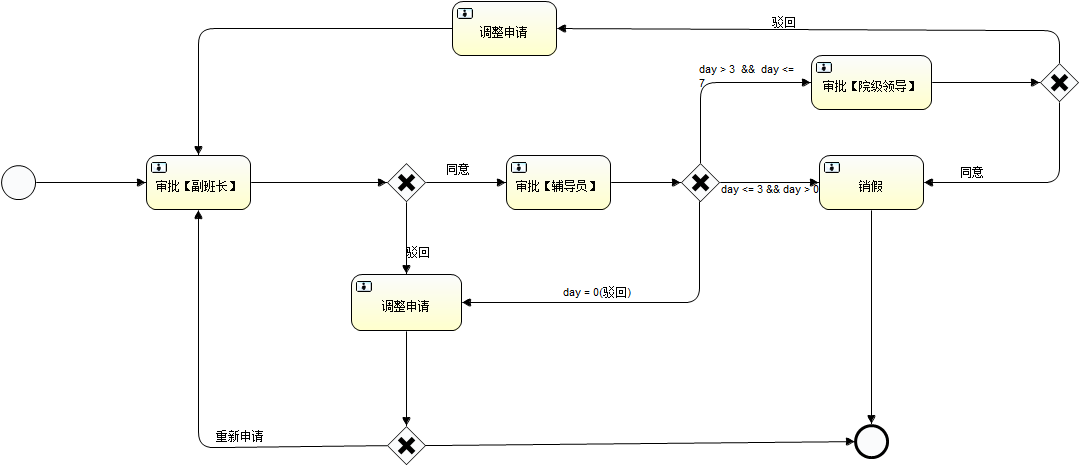
cardinals/jeecg_new-1 keeps this BPMN diagram as jeecg/src/main/resources/deployments/leave_2.png. Above is the earlier version. Its source is kept beside it as jeecg/src/main/resources/deployments/leave_2.bpmn. Ids are renumbered.
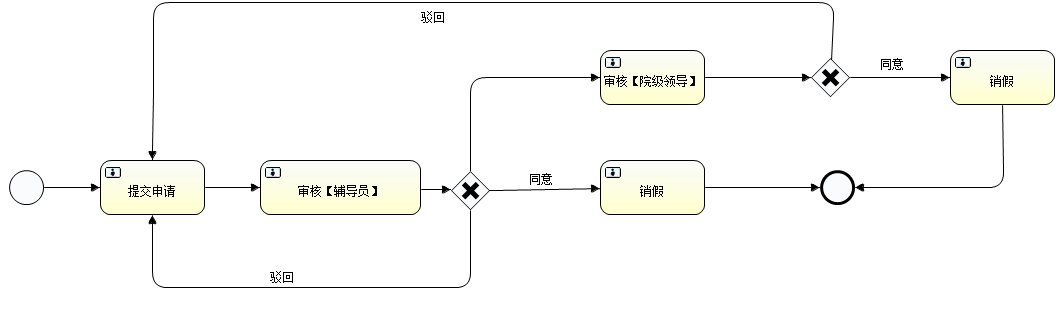
The same diagram one commit later.

Change to the diagram source:
```diff
@@ -1,165 +1,117 @@
 <definitions xmlns="http://www.omg.org/spec/BPMN/20100524/MODEL" xmlns:xsi="http://www.w3.org/2001/XMLSchema-instance" xmlns:xsd="http://www.w3.org/2001/XMLSchema" xmlns:activiti="http://activiti.org/bpmn" xmlns:bpmndi="http://www.omg.org/spec/BPMN/20100524/DI" xmlns:omgdc="http://www.omg.org/spec/DD/20100524/DC" xmlns:omgdi="http://www.omg.org/spec/DD/20100524/DI" typeLanguage="http://www.w3.org/2001/XMLSchema" expressionLanguage="http://www.w3.org/1999/XPath" targetNamespace="http://www.activiti.org/test">
   <process id="leave_2" name="请假流程2" isExecutable="true">
-    <startEvent id="startevent1" name="Start"></startEvent>
-    <userTask id="usertask1" name="审批【副班长】" activiti:assignee="蓝伟雄"></userTask>
-    <exclusiveGateway id="exclusivegateway1" name="Exclusive Gateway"></exclusiveGateway>
-    <userTask id="usertask2" name="审批【辅导员】" activiti:assignee="杨"></userTask>
-    <exclusiveGateway id="exclusivegateway2" name="Exclusive Gateway"></exclusiveGateway>
+    <startEvent id="startevent1" name="Start" activiti:initiator="applyUserId"></startEvent>
+    <userTask id="usertask13" name="审核【辅导员】" activiti:assignee="${fmsLdapServiceImple.findInstructByUserId(applyUserId)}"></userTask>
+    <exclusiveGateway id="exclusivegateway4" name="Exclusive Gateway"></exclusiveGateway>
+    <sequenceFlow id="flow32" sourceRef="usertask13" targetRef="exclusivegateway4"></sequenceFlow>
+    <userTask id="usertask14" name="审核【院级领导】" activiti:assignee="${fmsLdapServiceImple.findInstitudeById(applyUserId)}"></userTask>
+    <userTask id="usertask15" name="销假" activiti:assignee="${fmsLdapServiceImple.findInstructByUserId(applyUserId)}"></userTask>
+    <sequenceFlow id="flow33" sourceRef="exclusivegateway4" targetRef="usertask14" skipExpression="${flag&gt;3 &amp;&amp; flag&lt;=7}"></sequenceFlow>
+    <sequenceFlow id="flow34" name="同意" sourceRef="exclusivegateway4" targetRef="usertask15" skipExpression="${flag&gt;0 &amp;&amp; flag&lt;=3}"></sequenceFlow>
     <endEvent id="endevent1" name="End"></endEvent>
-    <exclusiveGateway id="exclusivegateway3" name="Exclusive Gateway"></exclusiveGateway>
-    <sequenceFlow id="flow2" sourceRef="usertask1" targetRef="exclusivegateway1"></sequenceFlow>
-    <sequenceFlow id="flow3" name="同意" sourceRef="exclusivegateway1" targetRef="usertask2" skipExpression="${flag==1}"></sequenceFlow>
-    <userTask id="usertask5" name="审批【院级领导】"></userTask>
-    <sequenceFlow id="flow15" sourceRef="startevent1" targetRef="usertask1"></sequenceFlow>
-    <userTask id="usertask7" name="调整申请"></userTask>
-    <sequenceFlow id="flow16" name="驳回" sourceRef="exclusivegateway1" targetRef="usertask7" skipExpression="${flag == 0}"></sequenceFlow>
-    <sequenceFlow id="flow17" sourceRef="usertask7" targetRef="exclusivegateway3"></sequenceFlow>
-    <sequenceFlow id="flow19" name="重新申请" sourceRef="exclusivegateway3" targetRef="usertask1"></sequenceFlow>
-    <exclusiveGateway id="exclusivegateway4" name="Exclusive Gateway"></exclusiveGateway>
-    <sequenceFlow id="flow20" sourceRef="usertask2" targetRef="exclusivegateway2"></sequenceFlow>
-    <sequenceFlow id="flow21" name="day &gt; 3  &amp;&amp;  day &lt;= 7" sourceRef="exclusivegateway2" targetRef="usertask5" skipExpression="${flag &gt; 3 &amp;&amp; flag &lt;= 7}"></sequenceFlow>
-    <userTask id="usertask11" name="销假"></userTask>
-    <sequenceFlow id="flow24" name="day &lt;= 3 &amp;&amp; day &gt; 0 " sourceRef="exclusivegateway2" targetRef="usertask11" skipExpression="${flag &lt;=3  &amp;&amp; flag &gt; 0}"></sequenceFlow>
-    <sequenceFlow id="flow25" name="day = 0(驳回)" sourceRef="exclusivegateway2" targetRef="usertask7" skipExpression="${flag == 0}"></sequenceFlow>
-    <sequenceFlow id="flow26" sourceRef="usertask11" targetRef="endevent1"></sequenceFlow>
-    <sequenceFlow id="flow27" sourceRef="exclusivegateway3" targetRef="endevent1"></sequenceFlow>
-    <sequenceFlow id="flow28" sourceRef="usertask5" targetRef="exclusivegateway4"></sequenceFlow>
-    <sequenceFlow id="flow29" name="同意" sourceRef="exclusivegateway4" targetRef="usertask11" skipExpression="${flag == 1}"></sequenceFlow>
-    <userTask id="usertask12" name="调整申请"></userTask>
-    <sequenceFlow id="flow30" name="驳回" sourceRef="exclusivegateway4" targetRef="usertask12" skipExpression="${flag == 0}"></sequenceFlow>
-    <sequenceFlow id="flow31" sourceRef="usertask12" targetRef="usertask1"></sequenceFlow>
+    <sequenceFlow id="flow35" sourceRef="usertask15" targetRef="endevent1"></sequenceFlow>
+    <exclusiveGateway id="exclusivegateway5" name="Exclusive Gateway"></exclusiveGateway>
+    <sequenceFlow id="flow37" sourceRef="usertask14" targetRef="exclusivegateway5"></sequenceFlow>
+    <userTask id="usertask16" name="销假" activiti:assignee="${fmsLdapServiceImple.findInstitudeById(applyUserId)}"></userTask>
+    <sequenceFlow id="flow38" name="同意" sourceRef="exclusivegateway5" targetRef="usertask16" skipExpression="${flag==1}"></sequenceFlow>
+    <sequenceFlow id="flow40" sourceRef="usertask16" targetRef="endevent1"></sequenceFlow>
+    <userTask id="usertask17" name="提交申请" activiti:assignee="${applyUserId}"></userTask>
+    <sequenceFlow id="flow41" sourceRef="startevent1" targetRef="usertask17"></sequenceFlow>
+    <sequenceFlow id="flow42" sourceRef="usertask17" targetRef="usertask13"></sequenceFlow>
+    <sequenceFlow id="flow43" name="驳回" sourceRef="exclusivegateway5" targetRef="usertask17" skipExpression="${flag==0}"></sequenceFlow>
+    <sequenceFlow id="flow44" name="驳回" sourceRef="exclusivegateway4" targetRef="usertask17" skipExpression="${flag==0}"></sequenceFlow>
   </process>
   <bpmndi:BPMNDiagram id="BPMNDiagram_leave_2">
     <bpmndi:BPMNPlane bpmnElement="leave_2" id="BPMNPlane_leave_2">
       <bpmndi:BPMNShape bpmnElement="startevent1" id="BPMNShape_startevent1">
-        <omgdc:Bounds height="35.0" width="35.0" x="1.0" y="165.0"></omgdc:Bounds>
+        <omgdc:Bounds height="35.0" width="35.0" x="9.0" y="170.0"></omgdc:Bounds>
       </bpmndi:BPMNShape>
-      <bpmndi:BPMNShape bpmnElement="usertask1" id="BPMNShape_usertask1">
-        <omgdc:Bounds height="55.0" width="105.0" x="146.0" y="155.0"></omgdc:Bounds>
+      <bpmndi:BPMNShape bpmnElement="usertask13" id="BPMNShape_usertask13">
+        <omgdc:Bounds height="55.0" width="161.0" x="260.0" y="160.0"></omgdc:Bounds>
       </bpmndi:BPMNShape>
-      <bpmndi:BPMNShape bpmnElement="exclusivegateway1" id="BPMNShape_exclusivegateway1">
-        <omgdc:Bounds height="40.0" width="40.0" x="386.0" y="162.0"></omgdc:Bounds>
+      <bpmndi:BPMNShape bpmnElement="exclusivegateway4" id="BPMNShape_exclusivegateway4">
+        <omgdc:Bounds height="40.0" width="40.0" x="450.0" y="170.0"></omgdc:Bounds>
       </bpmndi:BPMNShape>
-      <bpmndi:BPMNShape bpmnElement="usertask2" id="BPMNShape_usertask2">
-        <omgdc:Bounds height="55.0" width="105.0" x="506.0" y="155.0"></omgdc:Bounds>
+      <bpmndi:BPMNShape bpmnElement="usertask14" id="BPMNShape_usertask14">
+        <omgdc:Bounds height="55.0" width="105.0" x="600.0" y="50.0"></omgdc:Bounds>
       </bpmndi:BPMNShape>
-      <bpmndi:BPMNShape bpmnElement="exclusivegateway2" id="BPMNShape_exclusivegateway2">
-        <omgdc:Bounds height="40.0" width="40.0" x="680.0" y="162.0"></omgdc:Bounds>
+      <bpmndi:BPMNShape bpmnElement="usertask15" id="BPMNShape_usertask15">
+        <omgdc:Bounds height="55.0" width="105.0" x="600.0" y="160.0"></omgdc:Bounds>
       </bpmndi:BPMNShape>
       <bpmndi:BPMNShape bpmnElement="endevent1" id="BPMNShape_endevent1">
-        <omgdc:Bounds height="35.0" width="35.0" x="854.0" y="424.0"></omgdc:Bounds>
+        <omgdc:Bounds height="35.0" width="35.0" x="820.0" y="170.0"></omgdc:Bounds>
       </bpmndi:BPMNShape>
-      <bpmndi:BPMNShape bpmnElement="exclusivegateway3" id="BPMNShape_exclusivegateway3">
-        <omgdc:Bounds height="40.0" width="40.0" x="386.0" y="425.0"></omgdc:Bounds>
+      <bpmndi:BPMNShape bpmnElement="exclusivegateway5" id="BPMNShape_exclusivegateway5">
+        <omgdc:Bounds height="40.0" width="40.0" x="810.0" y="57.0"></omgdc:Bounds>
       </bpmndi:BPMNShape>
-      <bpmndi:BPMNShape bpmnElement="usertask5" id="BPMNShape_usertask5">
-        <omgdc:Bounds height="55.0" width="121.0" x="811.0" y="55.0"></omgdc:Bounds>
+      <bpmndi:BPMNShape bpmnElement="usertask16" id="BPMNShape_usertask16">
+        <omgdc:Bounds height="55.0" width="105.0" x="950.0" y="50.0"></omgdc:Bounds>
       </bpmndi:BPMNShape>
-      <bpmndi:BPMNShape bpmnElement="usertask7" id="BPMNShape_usertask7">
-        <omgdc:Bounds height="57.0" width="111.0" x="351.0" y="274.0"></omgdc:Bounds>
+      <bpmndi:BPMNShape bpmnElement="usertask17" id="BPMNShape_usertask17">
+        <omgdc:Bounds height="55.0" width="105.0" x="100.0" y="160.0"></omgdc:Bounds>
       </bpmndi:BPMNShape>
-      <bpmndi:BPMNShape bpmnElement="exclusivegateway4" id="BPMNShape_exclusivegateway4">
-        <omgdc:Bounds height="40.0" width="40.0" x="1039.0" y="62.0"></omgdc:Bounds>
-      </bpmndi:BPMNShape>
-      <bpmndi:BPMNShape bpmnElement="usertask11" id="BPMNShape_usertask11">
-        <omgdc:Bounds height="55.0" width="105.0" x="819.0" y="155.0"></omgdc:Bounds>
-      </bpmndi:BPMNShape>
-      <bpmndi:BPMNShape bpmnElement="usertask12" id="BPMNShape_usertask12">
-        <omgdc:Bounds height="55.0" width="105.0" x="452.0" y="1.0"></omgdc:Bounds>
-      </bpmndi:BPMNShape>
-      <bpmndi:BPMNEdge bpmnElement="flow2" id="BPMNEdge_flow2">
-        <omgdi:waypoint x="251.0" y="182.0"></omgdi:waypoint>
-        <omgdi:waypoint x="386.0" y="182.0"></omgdi:waypoint>
+      <bpmndi:BPMNEdge bpmnElement="flow32" id="BPMNEdge_flow32">
+        <omgdi:waypoint x="421.0" y="187.0"></omgdi:waypoint>
+        <omgdi:waypoint x="450.0" y="190.0"></omgdi:waypoint>
       </bpmndi:BPMNEdge>
-      <bpmndi:BPMNEdge bpmnElement="flow3" id="BPMNEdge_flow3">
-        <omgdi:waypoint x="426.0" y="182.0"></omgdi:waypoint>
-        <omgdi:waypoint x="506.0" y="182.0"></omgdi:waypoint>
+      <bpmndi:BPMNEdge bpmnElement="flow33" id="BPMNEdge_flow33">
+        <omgdi:waypoint x="470.0" y="170.0"></omgdi:waypoint>
+        <omgdi:waypoint x="470.0" y="77.0"></omgdi:waypoint>
+        <omgdi:waypoint x="600.0" y="77.0"></omgdi:waypoint>
+      </bpmndi:BPMNEdge>
+      <bpmndi:BPMNEdge bpmnElement="flow34" id="BPMNEdge_flow34">
+        <omgdi:waypoint x="490.0" y="190.0"></omgdi:waypoint>
+        <omgdi:waypoint x="600.0" y="187.0"></omgdi:waypoint>
         <bpmndi:BPMNLabel>
-          <omgdc:Bounds height="14.0" width="24.0" x="445.0" y="162.0"></omgdc:Bounds>
+          <omgdc:Bounds height="14.0" width="24.0" x="529.0" y="173.0"></omgdc:Bounds>
         </bpmndi:BPMNLabel>
       </bpmndi:BPMNEdge>
-      <bpmndi:BPMNEdge bpmnElement="flow15" id="BPMNEdge_flow15">
-        <omgdi:waypoint x="36.0" y="182.0"></omgdi:waypoint>
-        <omgdi:waypoint x="146.0" y="182.0"></omgdi:waypoint>
+      <bpmndi:BPMNEdge bpmnElement="flow35" id="BPMNEdge_flow35">
+        <omgdi:waypoint x="705.0" y="187.0"></omgdi:waypoint>
+        <omgdi:waypoint x="820.0" y="187.0"></omgdi:waypoint>
       </bpmndi:BPMNEdge>
-      <bpmndi:BPMNEdge bpmnElement="flow16" id="BPMNEdge_flow16">
-        <omgdi:waypoint x="406.0" y="202.0"></omgdi:waypoint>
-        <omgdi:waypoint x="406.0" y="274.0"></omgdi:waypoint>
+      <bpmndi:BPMNEdge bpmnElement="flow37" id="BPMNEdge_flow37">
+        <omgdi:waypoint x="705.0" y="77.0"></omgdi:waypoint>
+        <omgdi:waypoint x="810.0" y="77.0"></omgdi:waypoint>
+      </bpmndi:BPMNEdge>
+      <bpmndi:BPMNEdge bpmnElement="flow38" id="BPMNEdge_flow38">
+        <omgdi:waypoint x="850.0" y="77.0"></omgdi:waypoint>
+        <omgdi:waypoint x="950.0" y="77.0"></omgdi:waypoint>
         <bpmndi:BPMNLabel>
-          <omgdc:Bounds height="14.0" width="24.0" x="406.0" y="244.0"></omgdc:Bounds>
+          <omgdc:Bounds height="14.0" width="24.0" x="879.0" y="57.0"></omgdc:Bounds>
         </bpmndi:BPMNLabel>
       </bpmndi:BPMNEdge>
-      <bpmndi:BPMNEdge bpmnElement="flow17" id="BPMNEdge_flow17">
-        <omgdi:waypoint x="406.0" y="331.0"></omgdi:waypoint>
-        <omgdi:waypoint x="406.0" y="425.0"></omgdi:waypoint>
+      <bpmndi:BPMNEdge bpmnElement="flow40" id="BPMNEdge_flow40">
+        <omgdi:waypoint x="1002.0" y="105.0"></omgdi:waypoint>
+        <omgdi:waypoint x="1003.0" y="187.0"></omgdi:waypoint>
+        <omgdi:waypoint x="855.0" y="187.0"></omgdi:waypoint>
       </bpmndi:BPMNEdge>
-      <bpmndi:BPMNEdge bpmnElement="flow19" id="BPMNEdge_flow19">
-        <omgdi:waypoint x="386.0" y="445.0"></omgdi:waypoint>
-        <omgdi:waypoint x="198.0" y="447.0"></omgdi:waypoint>
-        <omgdi:waypoint x="198.0" y="210.0"></omgdi:waypoint>
+      <bpmndi:BPMNEdge bpmnElement="flow41" id="BPMNEdge_flow41">
+        <omgdi:waypoint x="44.0" y="187.0"></omgdi:waypoint>
+        <omgdi:waypoint x="100.0" y="187.0"></omgdi:waypoint>
+      </bpmndi:BPMNEdge>
+      <bpmndi:BPMNEdge bpmnElement="flow42" id="BPMNEdge_flow42">
+        <omgdi:waypoint x="205.0" y="187.0"></omgdi:waypoint>
+        <omgdi:waypoint x="260.0" y="187.0"></omgdi:waypoint>
+      </bpmndi:BPMNEdge>
+      <bpmndi:BPMNEdge bpmnElement="flow43" id="BPMNEdge_flow43">
+        <omgdi:waypoint x="830.0" y="57.0"></omgdi:waypoint>
+        <omgdi:waypoint x="834.0" y="2.0"></omgdi:waypoint>
+        <omgdi:waypoint x="153.0" y="2.0"></omgdi:waypoint>
+        <omgdi:waypoint x="153.0" y="76.0"></omgdi:waypoint>
+        <omgdi:waypoint x="152.0" y="160.0"></omgdi:waypoint>
         <bpmndi:BPMNLabel>
-          <omgdc:Bounds height="14.0" width="48.0" x="217.0" y="429.0"></omgdc:Bounds>
+          <omgdc:Bounds height="14.0" width="24.0" x="420.0" y="11.0"></omgdc:Bounds>
         </bpmndi:BPMNLabel>
       </bpmndi:BPMNEdge>
-      <bpmndi:BPMNEdge bpmnElement="flow20" id="BPMNEdge_flow20">
-        <omgdi:waypoint x="611.0" y="182.0"></omgdi:waypoint>
-        <omgdi:waypoint x="680.0" y="182.0"></omgdi:waypoint>
-      </bpmndi:BPMNEdge>
-      <bpmndi:BPMNEdge bpmnElement="flow21" id="BPMNEdge_flow21">
-        <omgdi:waypoint x="700.0" y="162.0"></omgdi:waypoint>
-        <omgdi:waypoint x="700.0" y="82.0"></omgdi:waypoint>
-        <omgdi:waypoint x="811.0" y="82.0"></omgdi:waypoint>
+      <bpmndi:BPMNEdge bpmnElement="flow44" id="BPMNEdge_flow44">
+        <omgdi:waypoint x="470.0" y="210.0"></omgdi:waypoint>
+        <omgdi:waypoint x="470.0" y="287.0"></omgdi:waypoint>
+        <omgdi:waypoint x="152.0" y="287.0"></omgdi:waypoint>
+        <omgdi:waypoint x="152.0" y="215.0"></omgdi:waypoint>
         <bpmndi:BPMNLabel>
-          <omgdc:Bounds height="42.0" width="100.0" x="699.0" y="63.0"></omgdc:Bounds>
+          <omgdc:Bounds height="14.0" width="24.0" x="270.0" y="269.0"></omgdc:Bounds>
         </bpmndi:BPMNLabel>
-      </bpmndi:BPMNEdge>
-      <bpmndi:BPMNEdge bpmnElement="flow24" id="BPMNEdge_flow24">
-        <omgdi:waypoint x="720.0" y="182.0"></omgdi:waypoint>
-        <omgdi:waypoint x="819.0" y="182.0"></omgdi:waypoint>
-        <bpmndi:BPMNLabel>
-          <omgdc:Bounds height="42.0" width="100.0" x="720.0" y="182.0"></omgdc:Bounds>
-        </bpmndi:BPMNLabel>
-      </bpmndi:BPMNEdge>
-      <bpmndi:BPMNEdge bpmnElement="flow25" id="BPMNEdge_flow25">
-        <omgdi:waypoint x="700.0" y="202.0"></omgdi:waypoint>
-        <omgdi:waypoint x="699.0" y="302.0"></omgdi:waypoint>
-        <omgdi:waypoint x="462.0" y="302.0"></omgdi:waypoint>
-        <bpmndi:BPMNLabel>
-          <omgdc:Bounds height="14.0" width="68.0" x="564.0" y="284.0"></omgdc:Bounds>
-        </bpmndi:BPMNLabel>
-      </bpmndi:BPMNEdge>
-      <bpmndi:BPMNEdge bpmnElement="flow26" id="BPMNEdge_flow26">
-        <omgdi:waypoint x="871.0" y="210.0"></omgdi:waypoint>
-        <omgdi:waypoint x="871.0" y="424.0"></omgdi:waypoint>
-      </bpmndi:BPMNEdge>
-      <bpmndi:BPMNEdge bpmnElement="flow27" id="BPMNEdge_flow27">
-        <omgdi:waypoint x="426.0" y="445.0"></omgdi:waypoint>
-        <omgdi:waypoint x="854.0" y="441.0"></omgdi:waypoint>
-      </bpmndi:BPMNEdge>
-      <bpmndi:BPMNEdge bpmnElement="flow28" id="BPMNEdge_flow28">
-        <omgdi:waypoint x="932.0" y="82.0"></omgdi:waypoint>
-        <omgdi:waypoint x="1039.0" y="82.0"></omgdi:waypoint>
-      </bpmndi:BPMNEdge>
-      <bpmndi:BPMNEdge bpmnElement="flow29" id="BPMNEdge_flow29">
-        <omgdi:waypoint x="1059.0" y="102.0"></omgdi:waypoint>
-        <omgdi:waypoint x="1059.0" y="182.0"></omgdi:waypoint>
-        <omgdi:waypoint x="924.0" y="182.0"></omgdi:waypoint>
-        <bpmndi:BPMNLabel>
-          <omgdc:Bounds height="14.0" width="100.0" x="960.0" y="164.0"></omgdc:Bounds>
-        </bpmndi:BPMNLabel>
-      </bpmndi:BPMNEdge>
-      <bpmndi:BPMNEdge bpmnElement="flow30" id="BPMNEdge_flow30">
-        <omgdi:waypoint x="1059.0" y="62.0"></omgdi:waypoint>
-        <omgdi:waypoint x="1059.0" y="30.0"></omgdi:waypoint>
-        <omgdi:waypoint x="557.0" y="28.0"></omgdi:waypoint>
-        <bpmndi:BPMNLabel>
-          <omgdc:Bounds height="14.0" width="100.0" x="772.0" y="16.0"></omgdc:Bounds>
-        </bpmndi:BPMNLabel>
-      </bpmndi:BPMNEdge>
-      <bpmndi:BPMNEdge bpmnElement="flow31" id="BPMNEdge_flow31">
-        <omgdi:waypoint x="452.0" y="28.0"></omgdi:waypoint>
-        <omgdi:waypoint x="198.0" y="28.0"></omgdi:waypoint>
-        <omgdi:waypoint x="198.0" y="155.0"></omgdi:waypoint>
       </bpmndi:BPMNEdge>
     </bpmndi:BPMNPlane>
   </bpmndi:BPMNDiagram>
```
